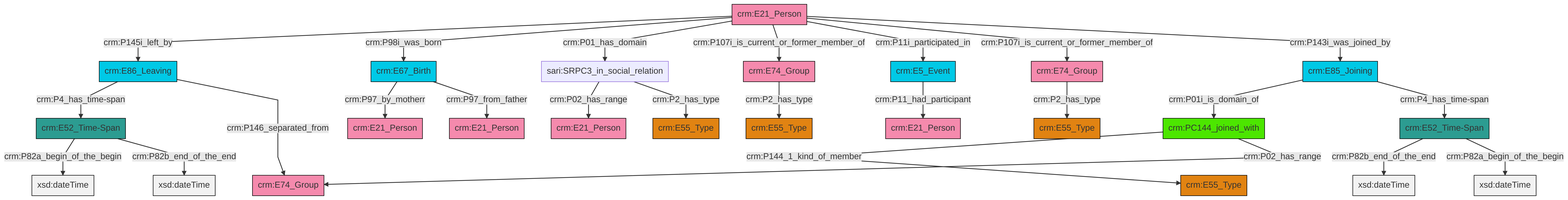
Earlier version of the Mermaid export et/personCSV/ttl/mmd/png/Person_Actor_Relations.png (swiss-art-research-net/reference-data-models). Its source is kept beside it as et/personCSV/ttl/mmd/Person_Actor_Relations.ttl.mmd.
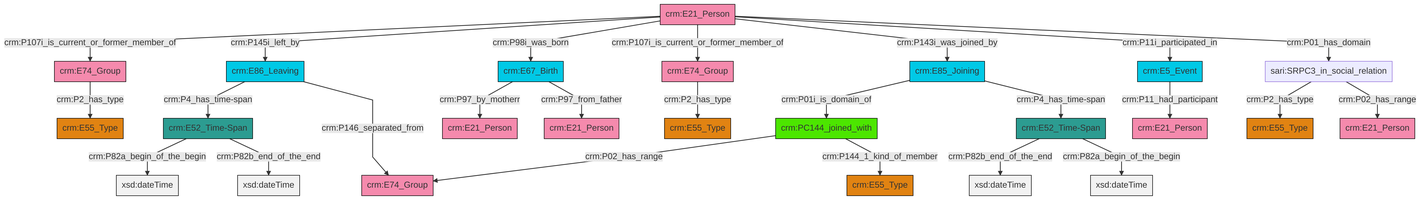
The same diagram one commit later.

What changed in the source:
```diff
@@ -13,27 +13,27 @@
 classDef PC_Classes fill:#4ce600, stroke:#000000;
 classDef Multi fill:#cccccc,stroke:#000000;
 
-0["crm:E21_Person"]:::Actor -->|crm:P145i_left_by| 1["crm:E86_Leaving"]:::Temporal_Entity
-1["crm:E86_Leaving"]:::Temporal_Entity -->|crm:P4_has_time-span| 4["crm:E52_Time-Span"]:::Time-Span
-0["crm:E21_Person"]:::Actor -->|crm:P98i_was_born| 5["crm:E67_Birth"]:::Temporal_Entity
-4["crm:E52_Time-Span"]:::Time-Span -->|crm:P82a_begin_of_the_begin| 6[xsd:dateTime]:::Literal
-1["crm:E86_Leaving"]:::Temporal_Entity -->|crm:P146_separated_from| 7["crm:E74_Group"]:::Actor
-8["sari:SRPC3_in_social_relation"]:::Default -->|crm:P02_has_range| 9["crm:E21_Person"]:::Actor
-4["crm:E52_Time-Span"]:::Time-Span -->|crm:P82b_end_of_the_end| 10[xsd:dateTime]:::Literal
-5["crm:E67_Birth"]:::Temporal_Entity -->|crm:P97_by_motherr| 14["crm:E21_Person"]:::Actor
-19["crm:E52_Time-Span"]:::Time-Span -->|crm:P82b_end_of_the_end| 20[xsd:dateTime]:::Literal
-21["crm:E85_Joining"]:::Temporal_Entity -->|crm:P01i_is_domain_of| 22["crm:PC144_joined_with"]:::PC_Classes
-5["crm:E67_Birth"]:::Temporal_Entity -->|crm:P97_from_father| 23["crm:E21_Person"]:::Actor
-32["crm:E74_Group"]:::Actor -->|crm:P2_has_type| 16["crm:E55_Type"]:::Type
-2["crm:E5_Event"]:::Temporal_Entity -->|crm:P11_had_participant| 29["crm:E21_Person"]:::Actor
-0["crm:E21_Person"]:::Actor -->|crm:P01_has_domain| 8["sari:SRPC3_in_social_relation"]:::Default
-8["sari:SRPC3_in_social_relation"]:::Default -->|crm:P2_has_type| 35["crm:E55_Type"]:::Type
-19["crm:E52_Time-Span"]:::Time-Span -->|crm:P82a_begin_of_the_begin| 40[xsd:dateTime]:::Literal
-22["crm:PC144_joined_with"]:::PC_Classes -->|crm:P144_1_kind_of_member| 27["crm:E55_Type"]:::Type
-21["crm:E85_Joining"]:::Temporal_Entity -->|crm:P4_has_time-span| 19["crm:E52_Time-Span"]:::Time-Span
-0["crm:E21_Person"]:::Actor -->|crm:P107i_is_current_or_former_member_of| 32["crm:E74_Group"]:::Actor
-0["crm:E21_Person"]:::Actor -->|crm:P11i_participated_in| 2["crm:E5_Event"]:::Temporal_Entity
-22["crm:PC144_joined_with"]:::PC_Classes -->|crm:P02_has_range| 7["crm:E74_Group"]:::Actor
-24["crm:E74_Group"]:::Actor -->|crm:P2_has_type| 11["crm:E55_Type"]:::Type
-0["crm:E21_Person"]:::Actor -->|crm:P107i_is_current_or_former_member_of| 24["crm:E74_Group"]:::Actor
-0["crm:E21_Person"]:::Actor -->|crm:P143i_was_joined_by| 21["crm:E85_Joining"]:::Temporal_Entity
+0["crm:E21_Person"]:::Actor -->|crm:P107i_is_current_or_former_member_of| 1["crm:E74_Group"]:::Actor
+4["crm:PC144_joined_with"]:::PC_Classes -->|crm:P02_has_range| 5["crm:E74_Group"]:::Actor
+6["crm:E52_Time-Span"]:::Time-Span -->|crm:P82b_end_of_the_end| 7[xsd:dateTime]:::Literal
+2["crm:E86_Leaving"]:::Temporal_Entity -->|crm:P4_has_time-span| 8["crm:E52_Time-Span"]:::Time-Span
+12["sari:SRPC3_in_social_relation"]:::Default -->|crm:P2_has_type| 13["crm:E55_Type"]:::Type
+8["crm:E52_Time-Span"]:::Time-Span -->|crm:P82a_begin_of_the_begin| 14[xsd:dateTime]:::Literal
+8["crm:E52_Time-Span"]:::Time-Span -->|crm:P82b_end_of_the_end| 20[xsd:dateTime]:::Literal
+6["crm:E52_Time-Span"]:::Time-Span -->|crm:P82a_begin_of_the_begin| 21[xsd:dateTime]:::Literal
+22["crm:E67_Birth"]:::Temporal_Entity -->|crm:P97_by_motherr| 23["crm:E21_Person"]:::Actor
+1["crm:E74_Group"]:::Actor -->|crm:P2_has_type| 10["crm:E55_Type"]:::Type
+22["crm:E67_Birth"]:::Temporal_Entity -->|crm:P97_from_father| 28["crm:E21_Person"]:::Actor
+2["crm:E86_Leaving"]:::Temporal_Entity -->|crm:P146_separated_from| 5["crm:E74_Group"]:::Actor
+0["crm:E21_Person"]:::Actor -->|crm:P145i_left_by| 2["crm:E86_Leaving"]:::Temporal_Entity
+0["crm:E21_Person"]:::Actor -->|crm:P98i_was_born| 22["crm:E67_Birth"]:::Temporal_Entity
+0["crm:E21_Person"]:::Actor -->|crm:P107i_is_current_or_former_member_of| 29["crm:E74_Group"]:::Actor
+29["crm:E74_Group"]:::Actor -->|crm:P2_has_type| 33["crm:E55_Type"]:::Type
+0["crm:E21_Person"]:::Actor -->|crm:P143i_was_joined_by| 31["crm:E85_Joining"]:::Temporal_Entity
+12["sari:SRPC3_in_social_relation"]:::Default -->|crm:P02_has_range| 35["crm:E21_Person"]:::Actor
+0["crm:E21_Person"]:::Actor -->|crm:P11i_participated_in| 37["crm:E5_Event"]:::Temporal_Entity
+31["crm:E85_Joining"]:::Temporal_Entity -->|crm:P01i_is_domain_of| 4["crm:PC144_joined_with"]:::PC_Classes
+31["crm:E85_Joining"]:::Temporal_Entity -->|crm:P4_has_time-span| 6["crm:E52_Time-Span"]:::Time-Span
+37["crm:E5_Event"]:::Temporal_Entity -->|crm:P11_had_participant| 39["crm:E21_Person"]:::Actor
+4["crm:PC144_joined_with"]:::PC_Classes -->|crm:P144_1_kind_of_member| 16["crm:E55_Type"]:::Type
+0["crm:E21_Person"]:::Actor -->|crm:P01_has_domain| 12["sari:SRPC3_in_social_relation"]:::Default
```
